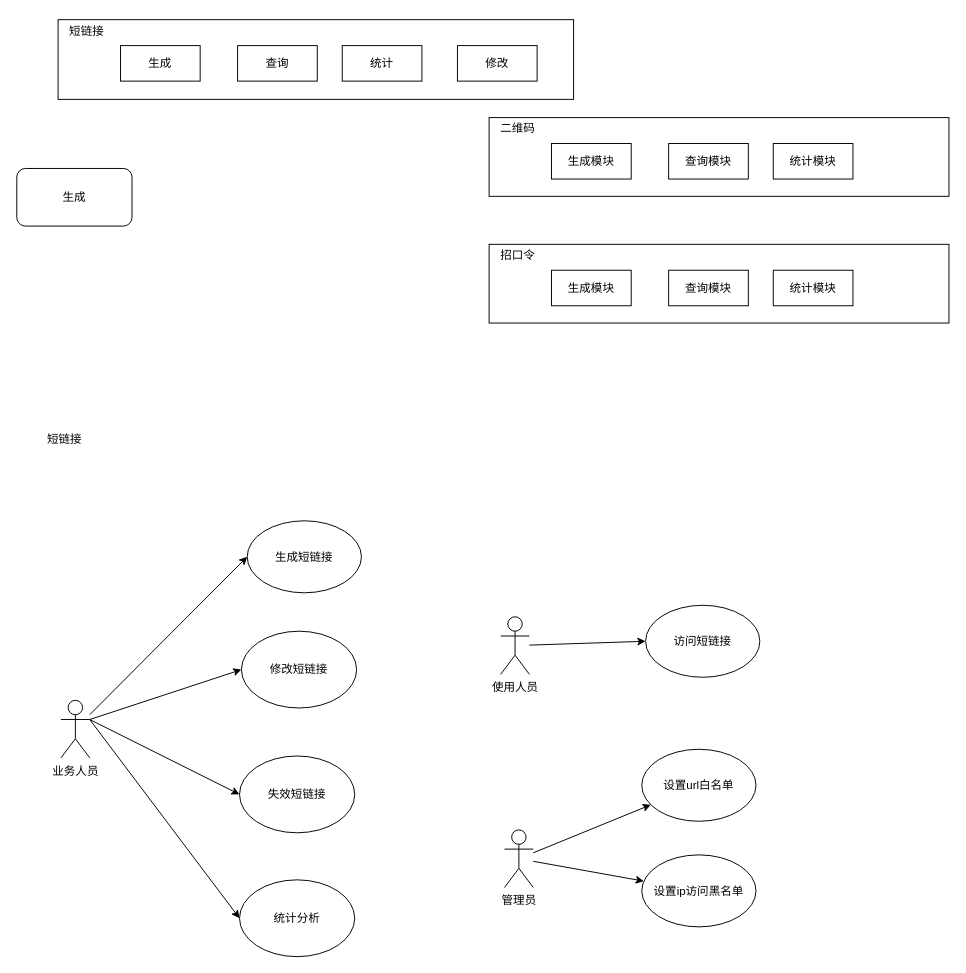
This is page "短链接" (3 of 10) of shorturl.drawio from leechliao/drawio, a draw.io file, before an edit. Source tidied: cells renumbered, new cells numbered last; positions are measured from the earlier drawing's top-left corner, leaving out a move shared by most shapes. Both pictures are drawn from the tidied source at 96%, with x=0, y=0 at pixel (16, 16).
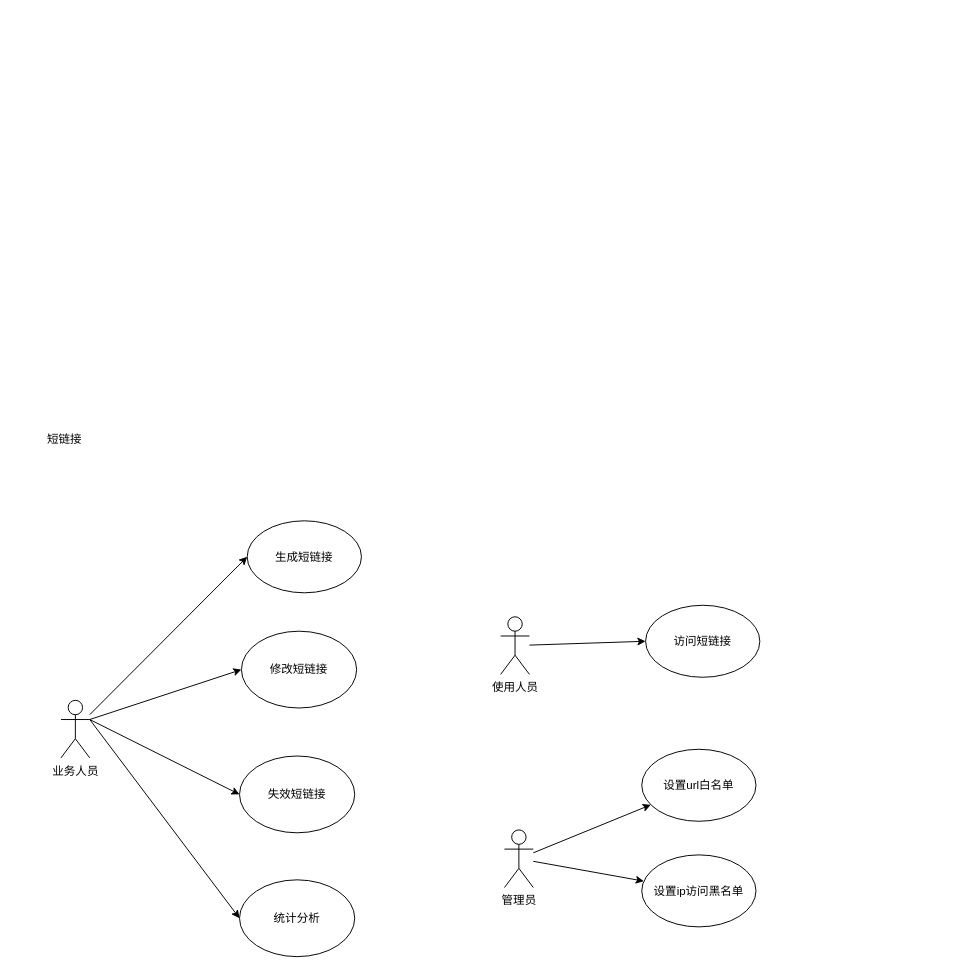
The same page after the edit.

The edit, as a diff of the source:
```diff
@@
-    <mxCell id="2" style="rounded=0;whiteSpace=wrap;html=1;" parent="1" vertex="1">
-      <mxGeometry x="43" y="3" width="537" height="83" as="geometry" />
-    </mxCell>
-    <mxCell id="3" value="生成" style="rounded=0;whiteSpace=wrap;html=1;" parent="1" vertex="1">
-      <mxGeometry x="108" y="30" width="83" height="37" as="geometry" />
-    </mxCell>
-    <mxCell id="4" value="查询" style="rounded=0;whiteSpace=wrap;html=1;" parent="1" vertex="1">
-      <mxGeometry x="230" y="30" width="83" height="37" as="geometry" />
-    </mxCell>
-    <mxCell id="5" value="统计" style="rounded=0;whiteSpace=wrap;html=1;" parent="1" vertex="1">
-      <mxGeometry x="339" y="30" width="83" height="37" as="geometry" />
-    </mxCell>
-    <mxCell id="6" value="短链接" style="text;html=1;strokeColor=none;fillColor=none;align=center;verticalAlign=middle;whiteSpace=wrap;rounded=0;" parent="1" vertex="1">
-      <mxGeometry x="43" width="60" height="30" as="geometry" />
-    </mxCell>
-    <mxCell id="7" style="rounded=0;whiteSpace=wrap;html=1;" parent="1" vertex="1">
-      <mxGeometry x="492" y="105" width="479" height="82" as="geometry" />
-    </mxCell>
-    <mxCell id="8" value="生成模块" style="rounded=0;whiteSpace=wrap;html=1;" parent="1" vertex="1">
-      <mxGeometry x="557" y="132" width="83" height="37" as="geometry" />
-    </mxCell>
-    <mxCell id="9" value="查询模块" style="rounded=0;whiteSpace=wrap;html=1;" parent="1" vertex="1">
-      <mxGeometry x="679" y="132" width="83" height="37" as="geometry" />
-    </mxCell>
-    <mxCell id="10" value="统计模块" style="rounded=0;whiteSpace=wrap;html=1;" parent="1" vertex="1">
-      <mxGeometry x="788" y="132" width="83" height="37" as="geometry" />
-    </mxCell>
-    <mxCell id="11" value="二维码" style="text;html=1;strokeColor=none;fillColor=none;align=center;verticalAlign=middle;whiteSpace=wrap;rounded=0;" parent="1" vertex="1">
-      <mxGeometry x="492" y="102" width="60" height="30" as="geometry" />
-    </mxCell>
-    <mxCell id="12" style="rounded=0;whiteSpace=wrap;html=1;" parent="1" vertex="1">
-      <mxGeometry x="492" y="237" width="479" height="82" as="geometry" />
-    </mxCell>
-    <mxCell id="13" value="生成模块" style="rounded=0;whiteSpace=wrap;html=1;" parent="1" vertex="1">
-      <mxGeometry x="557" y="264" width="83" height="37" as="geometry" />
-    </mxCell>
-    <mxCell id="14" value="查询模块" style="rounded=0;whiteSpace=wrap;html=1;" parent="1" vertex="1">
-      <mxGeometry x="679" y="264" width="83" height="37" as="geometry" />
-    </mxCell>
-    <mxCell id="15" value="统计模块" style="rounded=0;whiteSpace=wrap;html=1;" parent="1" vertex="1">
-      <mxGeometry x="788" y="264" width="83" height="37" as="geometry" />
-    </mxCell>
-    <mxCell id="16" value="招口令" style="text;html=1;strokeColor=none;fillColor=none;align=center;verticalAlign=middle;whiteSpace=wrap;rounded=0;" parent="1" vertex="1">
-      <mxGeometry x="492" y="234" width="60" height="30" as="geometry" />
-    </mxCell>
-    <mxCell id="17" value="修改" style="rounded=0;whiteSpace=wrap;html=1;" parent="1" vertex="1">
-      <mxGeometry x="459" y="30" width="83" height="37" as="geometry" />
-    </mxCell>
-    <mxCell id="18" value="生成" style="rounded=1;whiteSpace=wrap;html=1;" parent="1" vertex="1">
-      <mxGeometry y="158" width="120" height="60" as="geometry" />
-    </mxCell>
```
